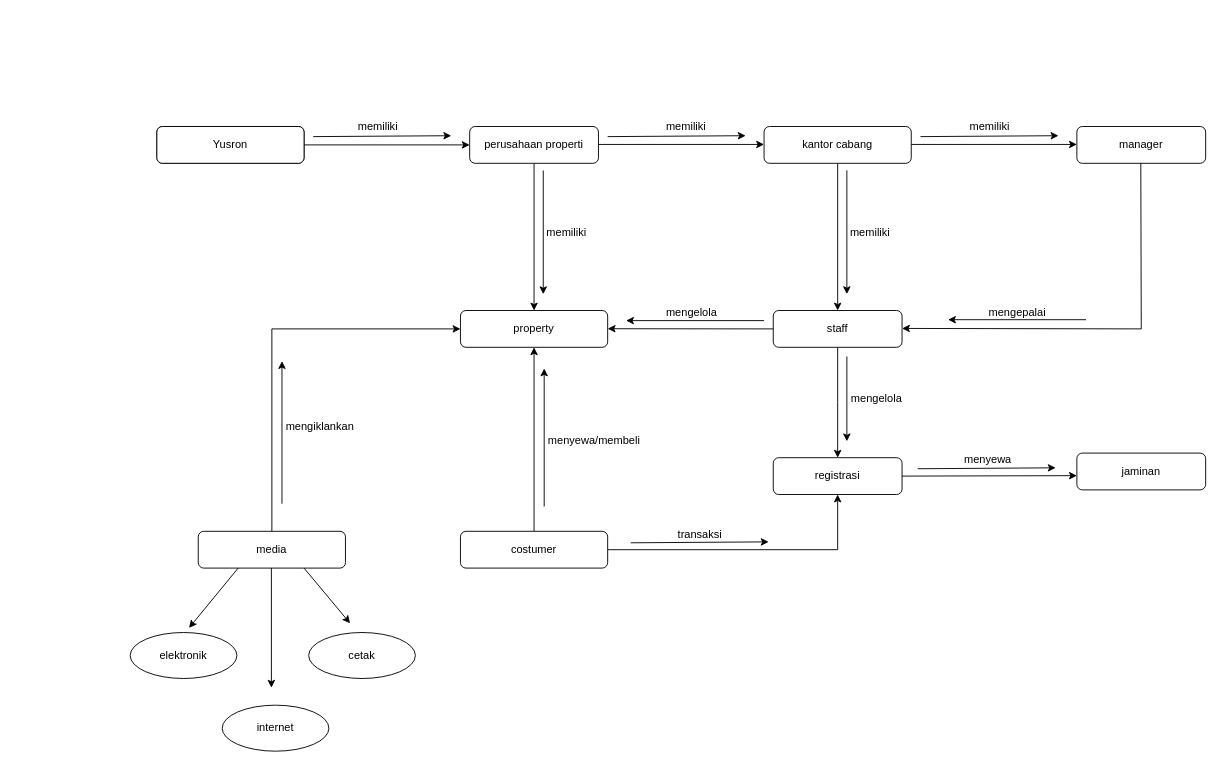
Above: tugas basis data.drawio in Usri-Yusron/kumpulan-tugas-kuliah (draw.io), before the change. Source tidied: cells renumbered, new cells numbered last; positions are measured from the earlier drawing's top-left corner, leaving out a move shared by most shapes. Both pictures are drawn from the tidied source at 92%, with x=0, y=0 at pixel (130, 112).
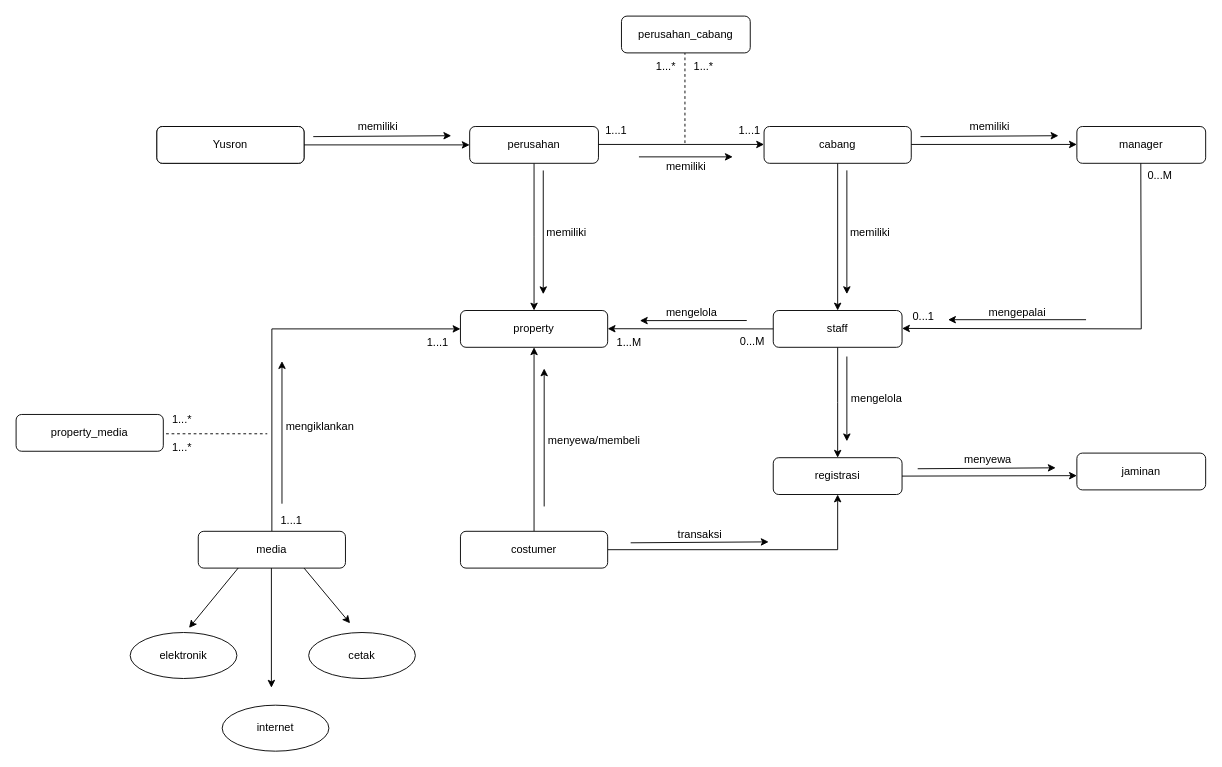
Above is the later version.

The edit, as a diff of the source:
```diff
@@
-    <mxCell id="8" value="kantor cabang" style="rounded=1;whiteSpace=wrap;html=1;strokeColor=#000000;" parent="1" vertex="1">
+    <mxCell id="8" value="cabang" style="rounded=1;whiteSpace=wrap;html=1;strokeColor=#000000;" parent="1" vertex="1">
       <mxGeometry x="689" y="15" width="160" height="40" as="geometry" />
     </mxCell>
@@
-    <mxCell id="10" value="perusahaan properti" style="rounded=1;whiteSpace=wrap;html=1;" parent="1" vertex="1">
+    <mxCell id="10" value="perusahan" style="rounded=1;whiteSpace=wrap;html=1;" parent="1" vertex="1">
       <mxGeometry x="369" y="15" width="140" height="40" as="geometry" />
     </mxCell>
@@
     <mxCell id="15" value="memiliki" style="text;html=1;align=center;verticalAlign=middle;strokeColor=none;fillColor=none;" parent="1" vertex="1">
-      <mxGeometry x="569" width="70" height="30" as="geometry" />
+      <mxGeometry x="569" y="44" width="70" height="30" as="geometry" />
     </mxCell>
-    <mxCell id="16" style="endArrow=classic;html=1;rounded=0;exitX=0.429;exitY=1.033;exitDx=0;exitDy=0;exitPerimeter=0;" parent="1" edge="1">
+    <mxCell id="16" style="endArrow=classic;html=1;rounded=0;" parent="1" edge="1">
       <mxGeometry relative="1" as="geometry">
-        <mxPoint x="519" y="26" as="sourcePoint" />
-        <mxPoint x="669" y="25" as="targetPoint" />
+        <mxPoint x="553" y="48" as="sourcePoint" />
+        <mxPoint x="655" y="48" as="targetPoint" />
       </mxGeometry>
     </mxCell>
@@
-    <mxCell id="30" style="endArrow=classic;html=1;rounded=0;" parent="1" edge="1">
+    <mxCell id="30" style="endArrow=classic;html=1;rounded=0;exitX=1.065;exitY=0.798;exitDx=0;exitDy=0;exitPerimeter=0;" parent="1" edge="1">
       <mxGeometry relative="1" as="geometry">
-        <mxPoint x="689" y="226" as="sourcePoint" />
-        <mxPoint x="539" y="226" as="targetPoint" />
+        <mxPoint x="670.2" y="225.9" as="sourcePoint" />
+        <mxPoint x="554" y="226" as="targetPoint" />
       </mxGeometry>
     </mxCell>
@@
+    <mxCell id="56" value="1...1" style="text;html=1;align=center;verticalAlign=middle;strokeColor=none;fillColor=none;" parent="1" vertex="1">
+      <mxGeometry x="150" y="429" width="50" height="30" as="geometry" />
+    </mxCell>
+    <mxCell id="57" value="1...1" style="text;html=1;align=center;verticalAlign=middle;strokeColor=none;fillColor=none;" parent="1" vertex="1">
+      <mxGeometry x="309" y="235" width="50" height="30" as="geometry" />
+    </mxCell>
+    <mxCell id="58" style="endArrow=none;dashed=1;html=1;rounded=0;" parent="1" edge="1">
+      <mxGeometry relative="1" as="geometry">
+        <mxPoint x="39" y="349" as="sourcePoint" />
+        <mxPoint x="149" y="349" as="targetPoint" />
+      </mxGeometry>
+    </mxCell>
+    <mxCell id="59" value="property_media" style="rounded=1;whiteSpace=wrap;html=1;strokeColor=#000000;" parent="1" vertex="1">
+      <mxGeometry x="-124" y="328" width="160" height="40" as="geometry" />
+    </mxCell>
+    <mxCell id="60" value="0...M" style="text;html=1;align=center;verticalAlign=middle;strokeColor=none;fillColor=none;" parent="1" vertex="1">
+      <mxGeometry x="1094" y="54" width="50" height="30" as="geometry" />
+    </mxCell>
+    <mxCell id="61" value="0...1" style="text;html=1;align=center;verticalAlign=middle;strokeColor=none;fillColor=none;" parent="1" vertex="1">
+      <mxGeometry x="837" y="207" width="50" height="30" as="geometry" />
+    </mxCell>
+    <mxCell id="62" value="1...M" style="text;html=1;align=center;verticalAlign=middle;strokeColor=none;fillColor=none;" parent="1" vertex="1">
+      <mxGeometry x="517" y="235" width="50" height="30" as="geometry" />
+    </mxCell>
+    <mxCell id="63" value="0...M" style="text;html=1;align=center;verticalAlign=middle;strokeColor=none;fillColor=none;" parent="1" vertex="1">
+      <mxGeometry x="651" y="234" width="50" height="30" as="geometry" />
+    </mxCell>
+    <mxCell id="64" value="1...1" style="text;html=1;align=center;verticalAlign=middle;strokeColor=none;fillColor=none;" parent="1" vertex="1">
+      <mxGeometry x="503" y="5" width="50" height="30" as="geometry" />
+    </mxCell>
+    <mxCell id="65" value="1...1" style="text;html=1;align=center;verticalAlign=middle;strokeColor=none;fillColor=none;" parent="1" vertex="1">
+      <mxGeometry x="648" y="5" width="50" height="30" as="geometry" />
+    </mxCell>
+    <mxCell id="66" style="endArrow=none;dashed=1;html=1;rounded=0;" parent="1" edge="1">
+      <mxGeometry relative="1" as="geometry">
+        <mxPoint x="603" y="33" as="sourcePoint" />
+        <mxPoint x="603" y="-65" as="targetPoint" />
+      </mxGeometry>
+    </mxCell>
+    <mxCell id="67" value="perusahan_cabang" style="rounded=1;whiteSpace=wrap;html=1;" parent="1" vertex="1">
+      <mxGeometry x="534" y="-105" width="140" height="40" as="geometry" />
+    </mxCell>
+    <mxCell id="68" value="1...*" style="text;html=1;align=center;verticalAlign=middle;strokeColor=none;fillColor=none;" parent="1" vertex="1">
+      <mxGeometry x="562" y="-65" width="40" height="30" as="geometry" />
+    </mxCell>
+    <mxCell id="69" value="1...*" style="text;html=1;align=center;verticalAlign=middle;strokeColor=none;fillColor=none;" parent="1" vertex="1">
+      <mxGeometry x="603" y="-65" width="40" height="30" as="geometry" />
+    </mxCell>
+    <mxCell id="70" value="1...*" style="text;html=1;align=center;verticalAlign=middle;strokeColor=none;fillColor=none;" parent="1" vertex="1">
+      <mxGeometry x="36" y="319" width="40" height="30" as="geometry" />
+    </mxCell>
+    <mxCell id="71" value="1...*" style="text;html=1;align=center;verticalAlign=middle;strokeColor=none;fillColor=none;" parent="1" vertex="1">
+      <mxGeometry x="36" y="349" width="40" height="30" as="geometry" />
+    </mxCell>
```
